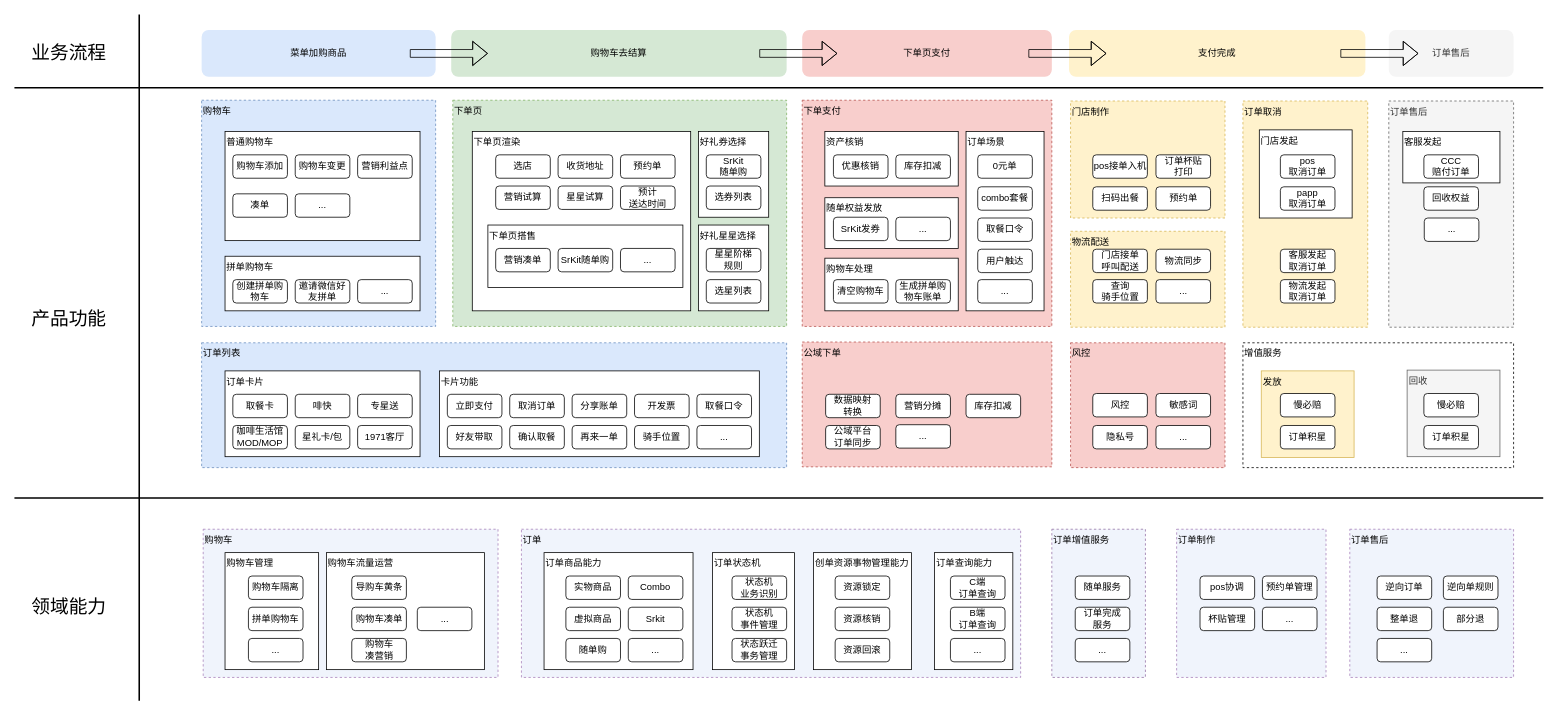
Earlier version of the draw.io diagram page "业务架构" (1 of 3) of OMS2.0业务架构.drawio (alexzhang2015/PC2.0). Source tidied: cells renumbered, new cells numbered last; positions are measured from the earlier drawing's top-left corner, leaving out a move shared by most shapes. Both pictures are drawn from the tidied source at 78%, with x=0, y=0 at pixel (14, 14).
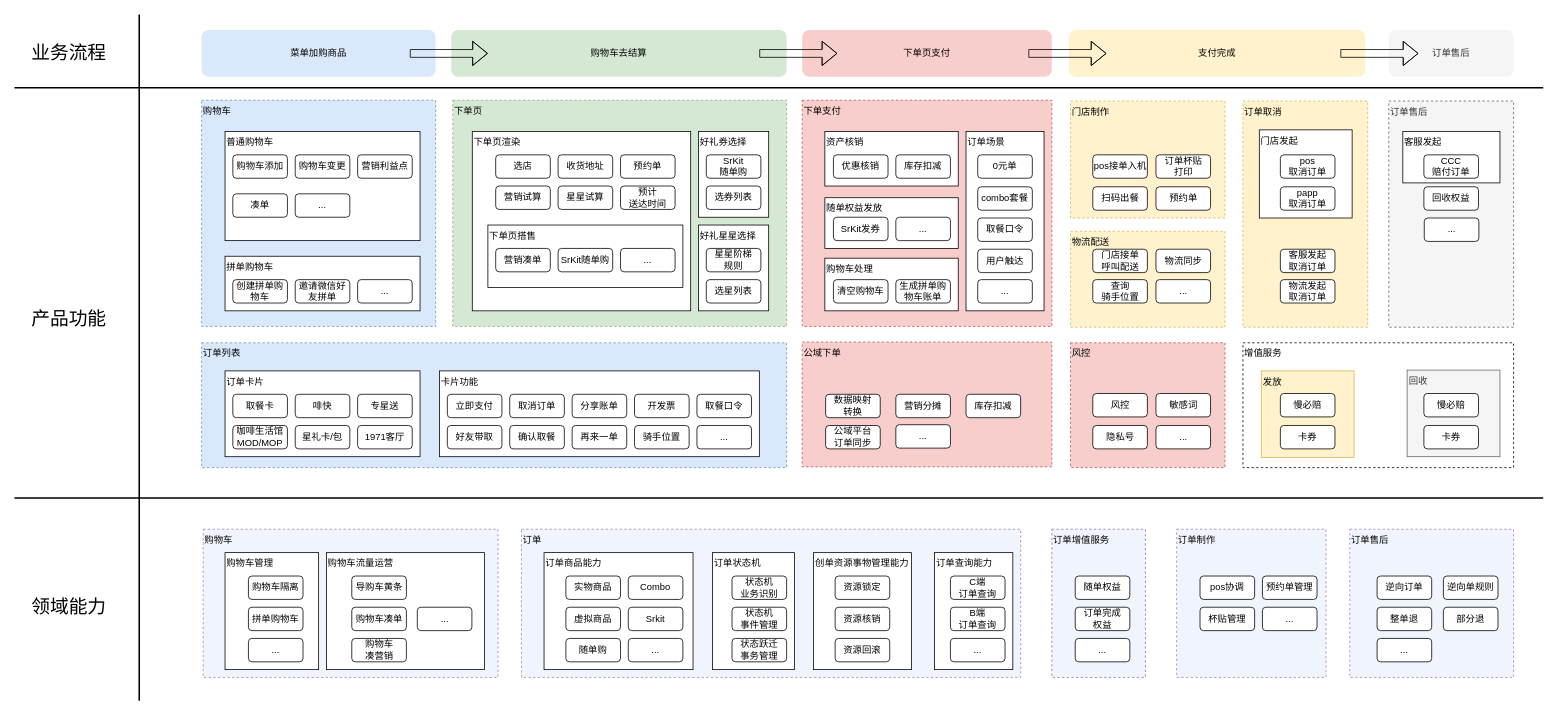
The same diagram, later.

What changed in the source:
```diff
@@
-    <mxCell id="83" value="订单积星" style="rounded=1;whiteSpace=wrap;html=1;" parent="1" vertex="1">
+    <mxCell id="83" value="卡券" style="rounded=1;whiteSpace=wrap;html=1;" parent="1" vertex="1">
       <mxGeometry x="1623" y="527" width="70" height="30" as="geometry" />
     </mxCell>
@@
-    <mxCell id="108" value="订单积星" style="rounded=1;whiteSpace=wrap;html=1;" parent="1" vertex="1">
+    <mxCell id="108" value="卡券" style="rounded=1;whiteSpace=wrap;html=1;" parent="1" vertex="1">
       <mxGeometry x="1807" y="527" width="70" height="30" as="geometry" />
     </mxCell>
@@
-    <mxCell id="123" value="随单&lt;span style=&quot;background-color: initial;&quot;&gt;服务&lt;/span&gt;" style="rounded=1;whiteSpace=wrap;html=1;" parent="1" vertex="1">
+    <mxCell id="123" value="随单&lt;span style=&quot;background-color: initial;&quot;&gt;权益&lt;/span&gt;" style="rounded=1;whiteSpace=wrap;html=1;" parent="1" vertex="1">
       <mxGeometry x="1360" y="720" width="70" height="30" as="geometry" />
     </mxCell>
@@
-    <mxCell id="140" value="订单完成&lt;div&gt;服务&lt;/div&gt;" style="rounded=1;whiteSpace=wrap;html=1;" parent="1" vertex="1">
+    <mxCell id="140" value="订单完成&lt;div&gt;权益&lt;/div&gt;" style="rounded=1;whiteSpace=wrap;html=1;" parent="1" vertex="1">
       <mxGeometry x="1360" y="760" width="70" height="30" as="geometry" />
     </mxCell>
```
